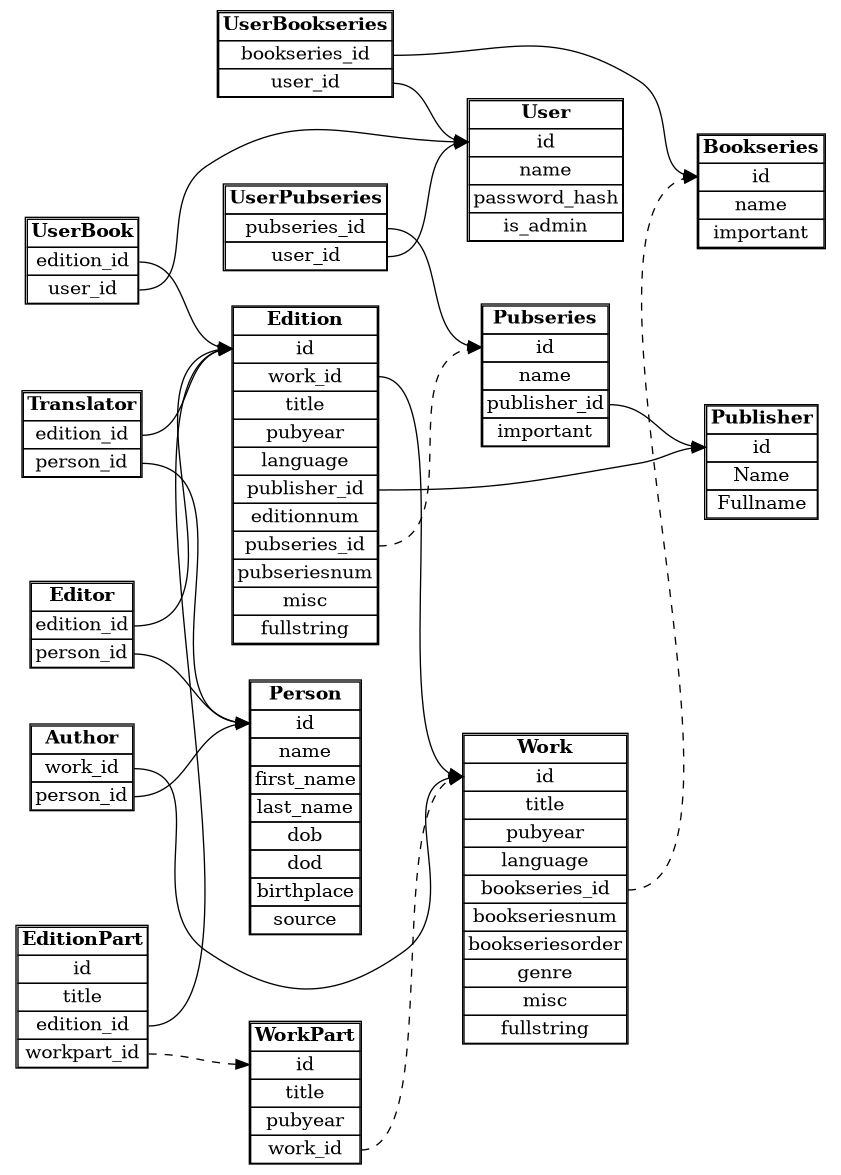
Earlier version of the Graphviz export db-schema.png (Makistos/suomisf). Its source is kept beside it as db-schema.gv.
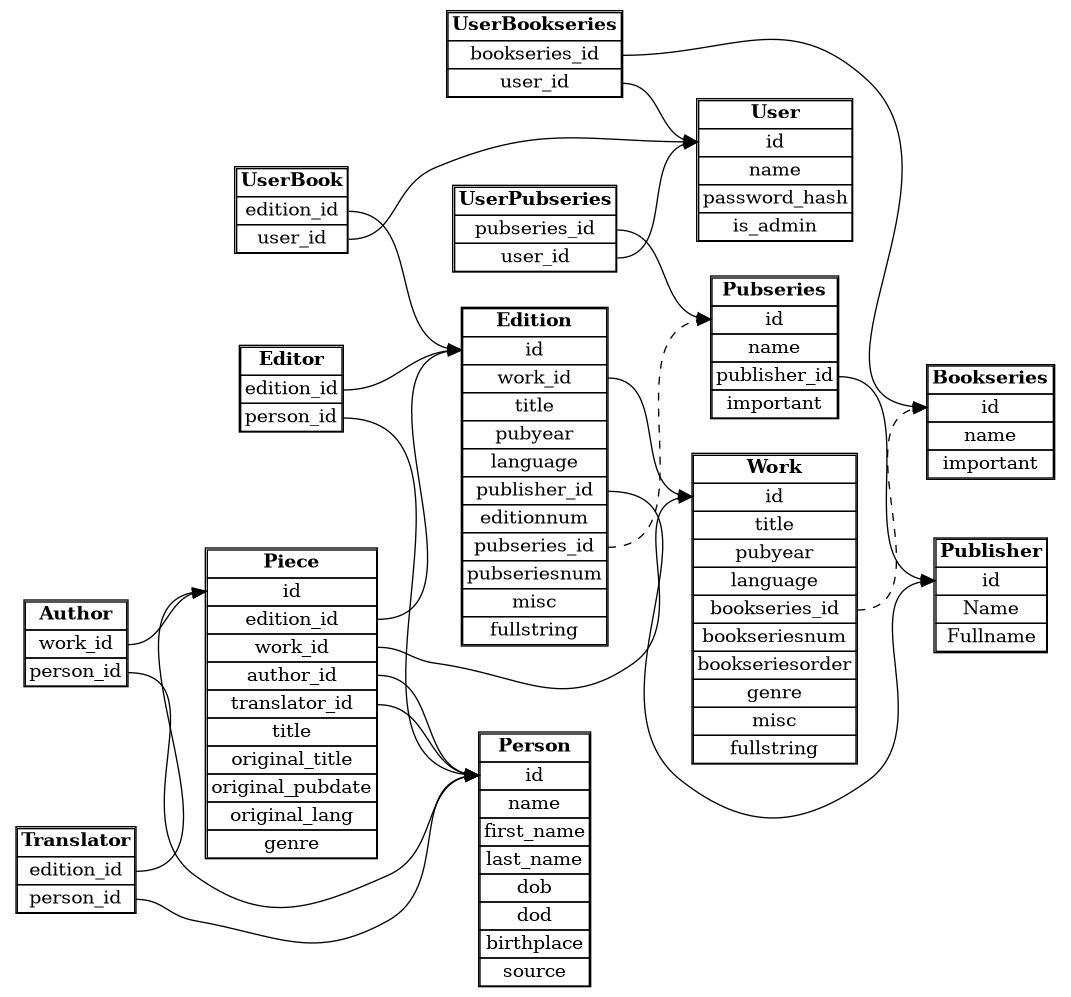
The same diagram one commit later.

Diff of the diagram source:
```diff
@@ -14,7 +14,7 @@
 		label =<
 		<TABLE BORDER="1" CELLBORDER="1" CELLSPACING="0">
 		<TR><TD><B>Author</B></TD></TR>
-		<TR><TD PORT="workid">work_id</TD></TR>
+		<TR><TD PORT="pieceid">work_id</TD></TR>
 		<TR><TD PORT="personid">person_id</TD></TR>
 		</TABLE>
 		>];
@@ -22,7 +22,7 @@
 		label =<
 		<TABLE BORDER="1" CELLBORDER="1" CELLSPACING="0">
 		<TR><TD><B>Translator</B></TD></TR>
-		<TR><TD PORT="editionid">edition_id</TD></TR>
+		<TR><TD PORT="pieceid">edition_id</TD></TR>
 		<TR><TD PORT="personid">person_id</TD></TR>
 		</TABLE>
 		>];
@@ -136,33 +136,27 @@
                 <TR><TD PORT="userid">user_id</TD></TR>
                 </TABLE>
                 >];
-	WorkPart [
+	Piece [
 		label =<
 		<TABLE BORDER="1" CELLBORDER="1" CELLSPACING="0">
-		<TR><TD><B>WorkPart</B></TD></TR>
+		<TR><TD><B>Piece</B></TD></TR>
 		<TR><TD PORT="id">id</TD></TR>
+		<TR><TD PORT="editionid">edition_id</TD></TR>
+		<TR><TD PORT="workid">work_id</TD></TR>
+		<TR><TD PORT="authorid">author_id</TD></TR>
+		<TR><TD PORT="translatorid">translator_id</TD></TR>
 		<TR><TD>title</TD></TR>
-		<TR><TD>pubyear</TD></TR>
-		<TR><TD PORT="workid">work_id</TD></TR>
+		<TR><TD>original_title</TD></TR>
+		<TR><TD>original_pubdate</TD></TR>
+		<TR><TD>original_lang</TD></TR>
+		<TR><TD>genre</TD></TR>
 		</TABLE>
 		>];
 
-	EditionPart [
-		label =<
-		<TABLE BORDER="1" CELLBORDER="1" CELLSPACING="0">
-		<TR><TD><B>EditionPart</B></TD></TR>
-		<TR><TD PORT="id">id</TD></TR>
-		<TR><TD>title</TD></TR>
-		<TR><TD>num</TD</TR>
-		<TR><TD PORT="editionid">edition_id</TD></TR>
-		<TR><TD PORT="workpartid">workpart_id</TD></TR>
-		</TABLE>
-		>];
-
-	Author:workid -> Work:id;
+	Author:pieceid -> Piece:id;
 	Author:personid -> Person:id;
 	Translator:personid -> Person:id;
-	Translator:editionid -> Edition:id;
+	Translator:pieceid -> Piece:id;
 	Editor:personid -> Person:id;
 	Editor:editionid -> Edition:id;
 	Pubseries:publisherid -> Publisher:id;
@@ -176,7 +170,8 @@
         UserPubseries:userid -> User:id;
         UserBookseries:bookseriesid -> Bookseries:id;
         UserBookseries:userid -> User:id;
-	WorkPart:workid -> Work:id [style=dashed];
-	EditionPart:editionid -> Edition:id;
-	EditionPart:workpartid -> WorkPart:id [style=dashed];
+	Piece:editionid -> Edition:id;
+	Piece:workid -> Work:id;
+	Piece:authorid -> Person:id;
+	Piece:translatorid -> Person:id;
 }
```
